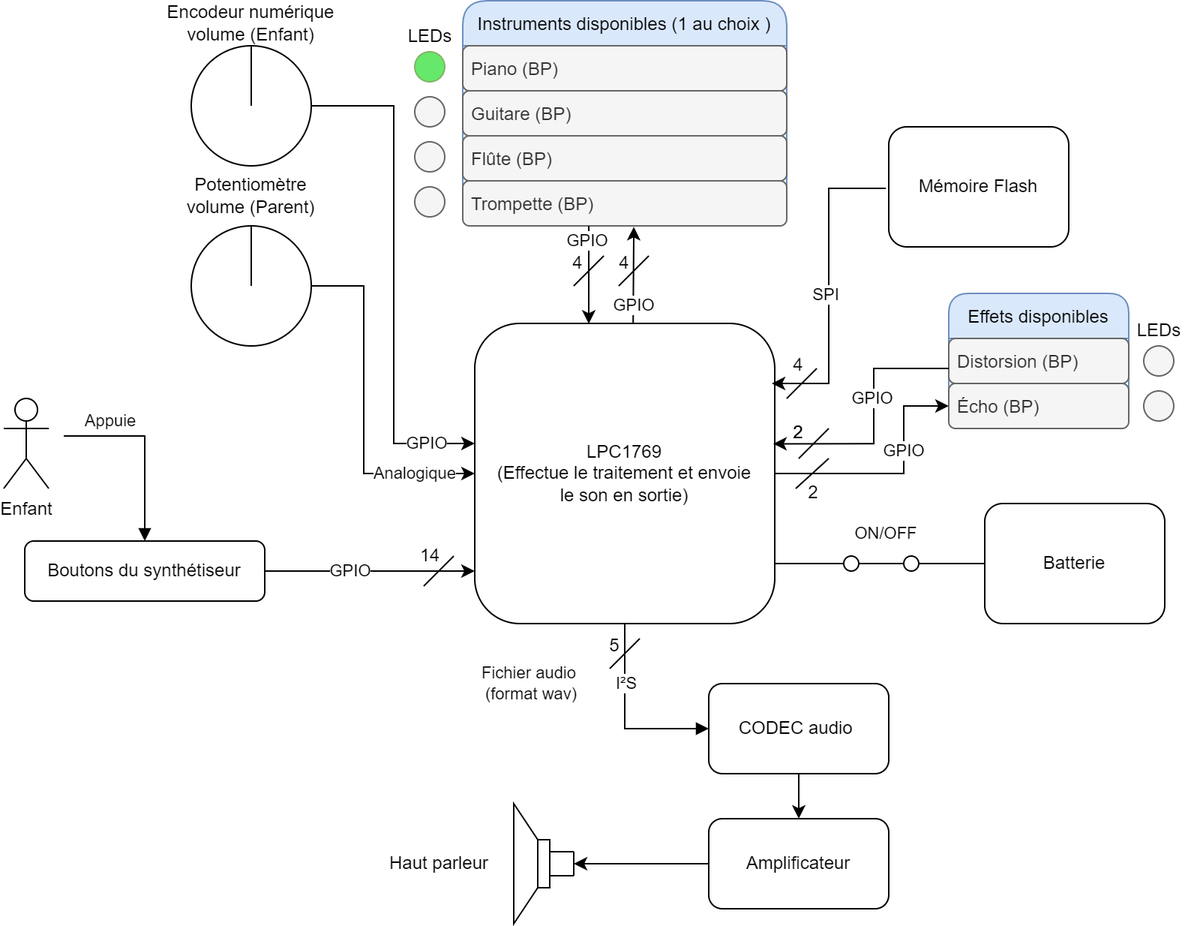
This is Schemas/Schema_fonctionnel_v2.png from Ithoh/ProjetSynthe, a draw.io export, as it was before one commit. Source tidied: cells renumbered, new cells last; positions are measured from the earlier drawing's top-left corner, leaving out a move shared by most shapes.
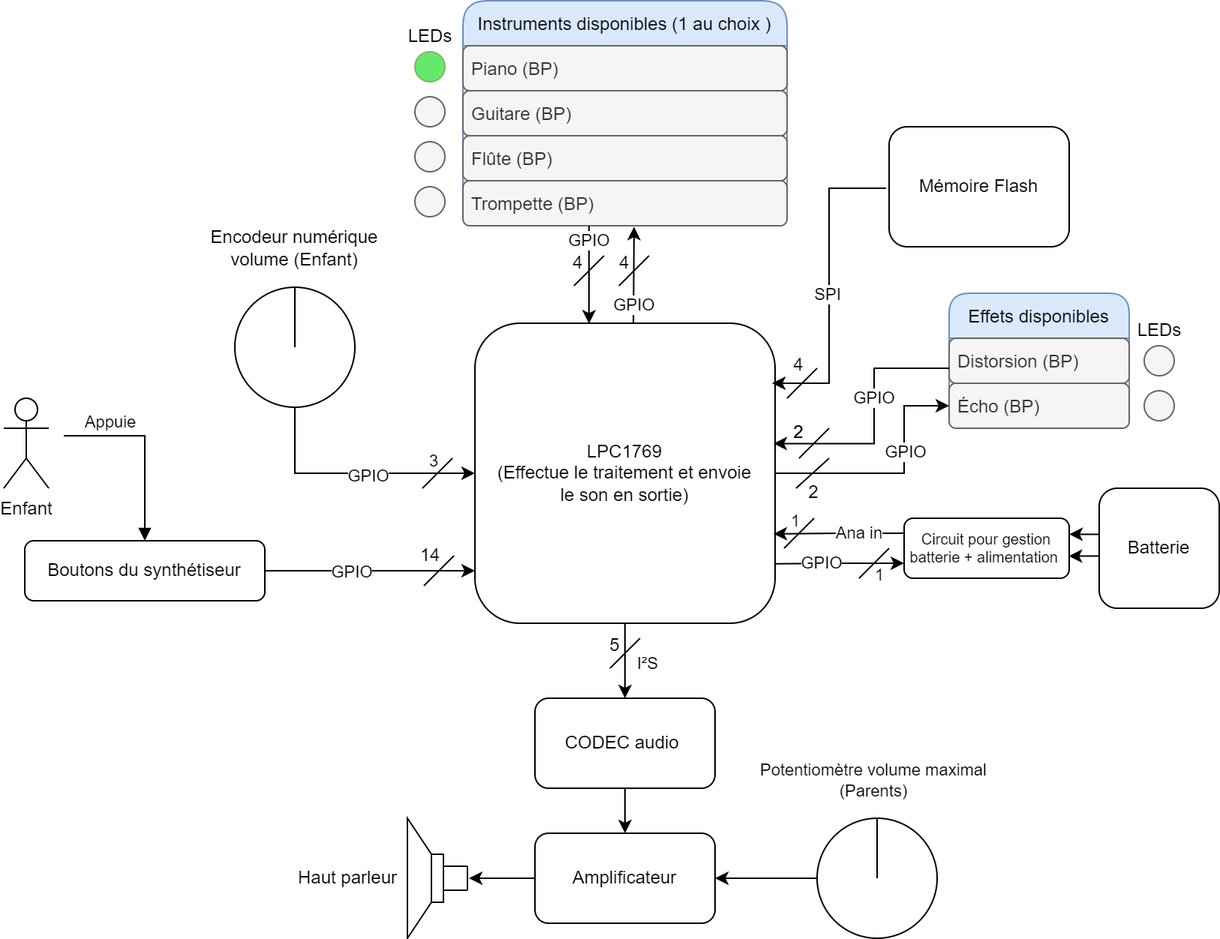
After the commit.

Diff of the diagram source:
```diff
@@ -2,6 +2,21 @@
   <root>
     <mxCell id="0" />
     <mxCell id="1" parent="0" />
+    <mxCell id="76" style="edgeStyle=orthogonalEdgeStyle;rounded=0;jettySize=auto;html=1;exitX=0;exitY=0.5;exitDx=0;exitDy=0;entryX=1;entryY=0.5;entryDx=0;entryDy=0;fontSize=11;startArrow=none;startFill=0;endArrow=classic;endFill=1;" parent="1" edge="1" source="77" target="65">
+      <mxGeometry relative="1" as="geometry" />
+    </mxCell>
+    <mxCell id="77" style="ellipse;whiteSpace=wrap;html=1;fontSize=11;fillColor=none;" parent="1" vertex="1">
+      <mxGeometry x="542" y="545" width="80" height="80" as="geometry" />
+    </mxCell>
+    <mxCell id="78" style="edgeStyle=orthogonalEdgeStyle;rounded=0;jettySize=auto;html=1;exitX=0.5;exitY=1;exitDx=0;exitDy=0;entryX=0;entryY=0.5;entryDx=0;entryDy=0;fontSize=11;startArrow=none;startFill=0;endArrow=classic;endFill=1;" parent="1" edge="1" source="35" target="8">
+      <mxGeometry relative="1" as="geometry" />
+    </mxCell>
+    <mxCell id="79" value="GPIO" style="edgeLabel;html=1;align=center;verticalAlign=middle;fontSize=11;" parent="78" vertex="1">
+      <mxGeometry x="0.12" y="-1" relative="1" as="geometry" />
+    </mxCell>
+    <mxCell id="35" style="ellipse;whiteSpace=wrap;html=1;fillColor=none;" parent="1" vertex="1">
+      <mxGeometry x="154" y="191" width="80" height="80" as="geometry" />
+    </mxCell>
     <mxCell id="2" style="edgeStyle=orthogonalEdgeStyle;rounded=0;jettySize=auto;html=1;" parent="1" edge="1" source="4">
       <mxGeometry relative="1" as="geometry">
         <mxPoint x="314" y="380" as="targetPoint" />
@@ -13,22 +28,9 @@
     <mxCell id="4" value="Boutons du synthétiseur" style="rounded=1;whiteSpace=wrap;html=1;" parent="1" vertex="1">
       <mxGeometry x="14" y="360" width="160" height="40" as="geometry" />
     </mxCell>
-    <mxCell id="5" style="edgeStyle=orthogonalEdgeStyle;rounded=0;jettySize=auto;html=1;endArrow=block;endFill=1;" parent="1" edge="1" source="8">
-      <mxGeometry relative="1" as="geometry">
-        <mxPoint x="470" y="485" as="targetPoint" />
-        <Array as="points">
-          <mxPoint x="414" y="485" />
-        </Array>
-      </mxGeometry>
-    </mxCell>
-    <mxCell id="6" value="Fichier audio&lt;br&gt;&amp;nbsp;(format wav)" style="edgeLabel;html=1;align=center;verticalAlign=middle;" parent="5" vertex="1">
-      <mxGeometry x="-0.6" y="-1" relative="1" as="geometry">
-        <mxPoint x="-63" y="15" as="offset" />
-      </mxGeometry>
-    </mxCell>
-    <mxCell id="7" value="I²S" style="edgeLabel;html=1;align=center;verticalAlign=middle;" parent="5" vertex="1">
-      <mxGeometry x="-0.37" y="1" relative="1" as="geometry" />
-    </mxCell>
+    <mxCell id="80" style="edgeStyle=orthogonalEdgeStyle;rounded=0;jettySize=auto;html=1;exitX=0.5;exitY=1;exitDx=0;exitDy=0;entryX=0.5;entryY=0;entryDx=0;entryDy=0;fontSize=11;startArrow=none;startFill=0;endArrow=classic;endFill=1;" parent="1" edge="1" source="8" target="63">
+      <mxGeometry relative="1" as="geometry" />
+    </mxCell>
     <mxCell id="8" value="LPC1769&lt;br&gt;(Effectue le traitement et envoie&lt;br&gt;le son en sortie)" style="rounded=1;whiteSpace=wrap;html=1;align=center;" parent="1" vertex="1">
       <mxGeometry x="314" y="215" width="200" height="200" as="geometry" />
     </mxCell>
@@ -74,23 +76,12 @@
     <mxCell id="22" style="ellipse;whiteSpace=wrap;html=1;rounded=1;fillColor=#f5f5f5;strokeColor=#666666;fontColor=#333333;" parent="1" vertex="1">
       <mxGeometry x="760" y="260" width="20" height="20" as="geometry" />
     </mxCell>
-    <mxCell id="23" style="edgeStyle=orthogonalEdgeStyle;rounded=0;jettySize=auto;html=1;entryX=0.998;entryY=0.8;entryDx=0;entryDy=0;entryPerimeter=0;endArrow=none;endFill=0;" parent="1" edge="1" source="25" target="8">
-      <mxGeometry relative="1" as="geometry" />
-    </mxCell>
-    <mxCell id="24" value="ON/OFF" style="edgeLabel;html=1;align=center;verticalAlign=middle;" parent="23" vertex="1">
-      <mxGeometry x="-0.05" relative="1" as="geometry">
-        <mxPoint y="-20" as="offset" />
-      </mxGeometry>
-    </mxCell>
+    <mxCell id="81" style="edgeStyle=orthogonalEdgeStyle;rounded=0;jettySize=auto;html=1;exitX=0;exitY=0.384;exitDx=0;exitDy=0;entryX=1;entryY=0.25;entryDx=0;entryDy=0;fontSize=11;endArrow=classic;endFill=1;exitPerimeter=0;" parent="1" edge="1" source="25" target="85">
+      <mxGeometry relative="1" as="geometry" />
+    </mxCell>
     <mxCell id="25" value="Batterie" style="rounded=1;whiteSpace=wrap;html=1;" parent="1" vertex="1">
-      <mxGeometry x="654" y="335" width="120" height="80" as="geometry" />
+      <mxGeometry x="730" y="325" width="80" height="80" as="geometry" />
     </mxCell>
-    <mxCell id="26" style="ellipse;whiteSpace=wrap;html=1;rounded=1;shadow=0;sketch=0;" parent="1" vertex="1">
-      <mxGeometry x="560" y="370" width="10" height="10" as="geometry" />
-    </mxCell>
-    <mxCell id="27" style="ellipse;whiteSpace=wrap;html=1;rounded=1;shadow=0;sketch=0;" parent="1" vertex="1">
-      <mxGeometry x="600" y="370" width="10" height="10" as="geometry" />
-    </mxCell>
     <mxCell id="28" style="edgeStyle=orthogonalEdgeStyle;rounded=0;orthogonalLoop=1;jettySize=auto;html=1;entryX=0.5;entryY=0;entryDx=0;entryDy=0;endArrow=block;endFill=1;" parent="1" edge="1">
       <mxGeometry relative="1" as="geometry">
         <mxPoint x="40" y="290" as="sourcePoint" />
@@ -109,59 +100,14 @@
       <mxGeometry y="265" width="30" height="60" as="geometry" />
     </mxCell>
     <mxCell id="31" style="verticalLabelPosition=bottom;shadow=0;dashed=0;align=center;html=1;verticalAlign=top;shape=mxgraph.electrical.electro-mechanical.loudspeaker;rounded=1;sketch=0;rotation=0;direction=west;" parent="1" vertex="1">
-      <mxGeometry x="340" y="535" width="40" height="80" as="geometry" />
+      <mxGeometry x="269" y="545" width="40" height="80" as="geometry" />
     </mxCell>
     <mxCell id="32" style="endArrow=none;html=1;rounded=0;entryX=0;entryY=0.4;entryDx=0;entryDy=0;entryPerimeter=0;exitX=0;exitY=0.6;exitDx=0;exitDy=0;exitPerimeter=0;" parent="1" edge="1" source="31" target="31">
       <mxGeometry relative="1" as="geometry" />
     </mxCell>
-    <mxCell id="33" style="edgeStyle=orthogonalEdgeStyle;rounded=0;jettySize=auto;html=1;" parent="1" edge="1" source="35">
-      <mxGeometry relative="1" as="geometry">
-        <mxPoint x="314" y="295" as="targetPoint" />
-        <Array as="points">
-          <mxPoint x="260" y="70" />
-          <mxPoint x="260" y="295" />
-          <mxPoint x="314" y="295" />
-        </Array>
-      </mxGeometry>
-    </mxCell>
-    <mxCell id="34" value="GPIO" style="edgeLabel;html=1;align=center;verticalAlign=middle;" parent="33" vertex="1">
-      <mxGeometry x="0.8" relative="1" as="geometry" />
-    </mxCell>
-    <mxCell id="35" style="ellipse;whiteSpace=wrap;html=1;fillColor=none;" parent="1" vertex="1">
-      <mxGeometry x="125" y="30" width="80" height="80" as="geometry" />
-    </mxCell>
-    <mxCell id="36" style="endArrow=none;html=1;rounded=0;entryX=0.5;entryY=0.007;entryDx=0;entryDy=0;entryPerimeter=0;" parent="1" edge="1" target="35">
-      <mxGeometry relative="1" as="geometry">
-        <mxPoint x="165" y="70" as="sourcePoint" />
-      </mxGeometry>
-    </mxCell>
     <mxCell id="37" value="Encodeur numérique volume (Enfant)" style="text;html=1;strokeColor=none;fillColor=none;align=center;verticalAlign=middle;whiteSpace=wrap;rounded=0;" parent="1" vertex="1">
-      <mxGeometry x="100" width="130" height="30" as="geometry" />
+      <mxGeometry x="129" y="150" width="130" height="30" as="geometry" />
     </mxCell>
-    <mxCell id="38" style="edgeStyle=orthogonalEdgeStyle;rounded=0;jettySize=auto;html=1;entryX=0;entryY=0.5;entryDx=0;entryDy=0;" parent="1" edge="1" source="40" target="8">
-      <mxGeometry relative="1" as="geometry">
-        <Array as="points">
-          <mxPoint x="240" y="190" />
-          <mxPoint x="240" y="315" />
-        </Array>
-      </mxGeometry>
-    </mxCell>
-    <mxCell id="39" value="Analogique" style="edgeLabel;html=1;align=center;verticalAlign=middle;" parent="38" vertex="1">
-      <mxGeometry x="-0.1" y="-1" relative="1" as="geometry">
-        <mxPoint x="35" y="54" as="offset" />
-      </mxGeometry>
-    </mxCell>
-    <mxCell id="40" style="ellipse;whiteSpace=wrap;html=1;fillColor=none;" parent="1" vertex="1">
-      <mxGeometry x="125" y="150" width="80" height="80" as="geometry" />
-    </mxCell>
-    <mxCell id="41" style="endArrow=none;html=1;rounded=0;entryX=0.5;entryY=0.007;entryDx=0;entryDy=0;entryPerimeter=0;" parent="1" edge="1" target="40">
-      <mxGeometry relative="1" as="geometry">
-        <mxPoint x="165" y="190" as="sourcePoint" />
-      </mxGeometry>
-    </mxCell>
-    <mxCell id="42" value="Potentiomètre volume (Parent)" style="text;html=1;strokeColor=none;fillColor=none;align=center;verticalAlign=middle;whiteSpace=wrap;rounded=0;" parent="1" vertex="1">
-      <mxGeometry x="120" y="115" width="90" height="30" as="geometry" />
-    </mxCell>
     <mxCell id="43" style="endArrow=none;html=1;rounded=0;" parent="1" edge="1">
       <mxGeometry relative="1" as="geometry">
         <mxPoint x="380" y="190" as="sourcePoint" />
@@ -248,18 +194,18 @@
       <mxGeometry relative="1" as="geometry" />
     </mxCell>
     <mxCell id="63" value="CODEC audio&amp;nbsp;" style="rounded=1;whiteSpace=wrap;html=1;" parent="1" vertex="1">
-      <mxGeometry x="470" y="455" width="120" height="60" as="geometry" />
+      <mxGeometry x="354" y="465" width="120" height="60" as="geometry" />
     </mxCell>
     <mxCell id="64" style="edgeStyle=orthogonalEdgeStyle;rounded=0;jettySize=auto;html=1;startArrow=none;startFill=0;endArrow=classic;endFill=1;" parent="1" edge="1" source="65">
       <mxGeometry relative="1" as="geometry">
-        <mxPoint x="380" y="575" as="targetPoint" />
+        <mxPoint x="310" y="585" as="targetPoint" />
       </mxGeometry>
     </mxCell>
     <mxCell id="65" value="Amplificateur" style="rounded=1;whiteSpace=wrap;html=1;" parent="1" vertex="1">
-      <mxGeometry x="470" y="545" width="120" height="60" as="geometry" />
+      <mxGeometry x="354" y="555" width="120" height="60" as="geometry" />
     </mxCell>
     <mxCell id="66" value="Haut parleur" style="text;html=1;align=center;verticalAlign=middle;strokeColor=none;fillColor=none;" parent="1" vertex="1">
-      <mxGeometry x="250" y="565" width="80" height="20" as="geometry" />
+      <mxGeometry x="189" y="575" width="80" height="20" as="geometry" />
     </mxCell>
     <mxCell id="67" style="endArrow=none;html=1;rounded=0;" parent="1" edge="1">
       <mxGeometry relative="1" as="geometry">
@@ -304,5 +250,65 @@
     <mxCell id="75" value="4" style="text;html=1;strokeColor=none;fillColor=none;align=center;verticalAlign=middle;whiteSpace=wrap;rounded=0;" parent="1" vertex="1">
       <mxGeometry x="525" y="235" width="10" height="15" as="geometry" />
     </mxCell>
+    <mxCell id="82" value="Ana in" style="edgeStyle=orthogonalEdgeStyle;rounded=0;jettySize=auto;html=1;exitX=0;exitY=0.25;exitDx=0;exitDy=0;entryX=0.995;entryY=0.702;entryDx=0;entryDy=0;entryPerimeter=0;fontSize=11;endArrow=classic;endFill=1;" parent="1" edge="1" source="85" target="8">
+      <mxGeometry x="-0.31" relative="1" as="geometry" />
+    </mxCell>
+    <mxCell id="83" style="edgeStyle=orthogonalEdgeStyle;rounded=0;jettySize=auto;html=1;exitX=0;exitY=0.75;exitDx=0;exitDy=0;entryX=0.999;entryY=0.802;entryDx=0;entryDy=0;entryPerimeter=0;fontSize=11;endArrow=none;endFill=0;startArrow=classic;startFill=1;" parent="1" edge="1" source="85" target="8">
+      <mxGeometry relative="1" as="geometry" />
+    </mxCell>
+    <mxCell id="84" value="GPIO" style="edgeLabel;html=1;align=center;verticalAlign=middle;fontSize=11;" parent="83" vertex="1">
+      <mxGeometry x="0.42" relative="1" as="geometry">
+        <mxPoint x="5" y="-1" as="offset" />
+      </mxGeometry>
+    </mxCell>
+    <mxCell id="85" value="&lt;font size=&quot;1&quot;&gt;Circuit pour gestion batterie + alimentation&amp;nbsp;&lt;/font&gt;" style="rounded=1;whiteSpace=wrap;html=1;fontSize=6;" parent="1" vertex="1">
+      <mxGeometry x="600" y="345" width="110" height="40" as="geometry" />
+    </mxCell>
+    <mxCell id="86" style="edgeStyle=orthogonalEdgeStyle;rounded=0;jettySize=auto;html=1;exitX=-0.003;exitY=0.565;exitDx=0;exitDy=0;entryX=0.997;entryY=0.626;entryDx=0;entryDy=0;fontSize=11;endArrow=classic;endFill=1;exitPerimeter=0;entryPerimeter=0;" parent="1" edge="1" source="25" target="85">
+      <mxGeometry relative="1" as="geometry" />
+    </mxCell>
+    <mxCell id="87" style="endArrow=none;html=1;rounded=0;fontSize=11;" parent="1" edge="1">
+      <mxGeometry relative="1" as="geometry">
+        <mxPoint x="520" y="365" as="sourcePoint" />
+        <mxPoint x="540" y="345" as="targetPoint" />
+      </mxGeometry>
+    </mxCell>
+    <mxCell id="88" style="endArrow=none;html=1;rounded=0;fontSize=11;" parent="1" edge="1">
+      <mxGeometry relative="1" as="geometry">
+        <mxPoint x="570" y="385" as="sourcePoint" />
+        <mxPoint x="590" y="365" as="targetPoint" />
+      </mxGeometry>
+    </mxCell>
+    <mxCell id="89" value="1" style="text;html=1;strokeColor=none;fillColor=none;align=center;verticalAlign=middle;whiteSpace=wrap;rounded=0;fontSize=11;" parent="1" vertex="1">
+      <mxGeometry x="523" y="342" width="10" height="10" as="geometry" />
+    </mxCell>
+    <mxCell id="90" value="1" style="text;html=1;strokeColor=none;fillColor=none;align=center;verticalAlign=middle;whiteSpace=wrap;rounded=0;fontSize=11;" parent="1" vertex="1">
+      <mxGeometry x="579" y="378" width="10" height="10" as="geometry" />
+    </mxCell>
+    <mxCell id="91" style="endArrow=none;html=1;rounded=0;fontSize=11;entryX=0.5;entryY=0;entryDx=0;entryDy=0;" parent="1" edge="1" target="35">
+      <mxGeometry relative="1" as="geometry">
+        <mxPoint x="194" y="231" as="sourcePoint" />
+      </mxGeometry>
+    </mxCell>
+    <mxCell id="92" style="endArrow=none;html=1;rounded=0;fontSize=11;" parent="1" edge="1">
+      <mxGeometry relative="1" as="geometry">
+        <mxPoint x="279" y="325" as="sourcePoint" />
+        <mxPoint x="299" y="305" as="targetPoint" />
+      </mxGeometry>
+    </mxCell>
+    <mxCell id="93" value="3" style="text;html=1;strokeColor=none;fillColor=none;align=center;verticalAlign=middle;whiteSpace=wrap;rounded=0;fontSize=11;" parent="1" vertex="1">
+      <mxGeometry x="284" y="299" width="6" height="15" as="geometry" />
+    </mxCell>
+    <mxCell id="7" value="I²S" style="text;html=1;align=center;verticalAlign=middle;strokeColor=none;fillColor=none;fontSize=11;" parent="1" vertex="1">
+      <mxGeometry x="414" y="432" width="30" height="20" as="geometry" />
+    </mxCell>
+    <mxCell id="94" style="endArrow=none;html=1;rounded=0;fontSize=11;entryX=0.5;entryY=0;entryDx=0;entryDy=0;" parent="1" edge="1" target="77">
+      <mxGeometry relative="1" as="geometry">
+        <mxPoint x="582" y="585" as="sourcePoint" />
+      </mxGeometry>
+    </mxCell>
+    <mxCell id="95" value="Potentiomètre volume maximal&lt;br&gt;(Parents)" style="text;html=1;strokeColor=none;fillColor=none;align=center;verticalAlign=middle;whiteSpace=wrap;rounded=0;fontSize=11;" parent="1" vertex="1">
+      <mxGeometry x="500" y="505" width="160" height="30" as="geometry" />
+    </mxCell>
   </root>
 </mxGraphModel>
```
